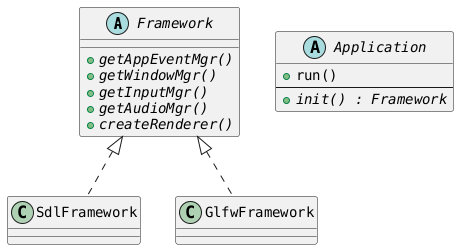
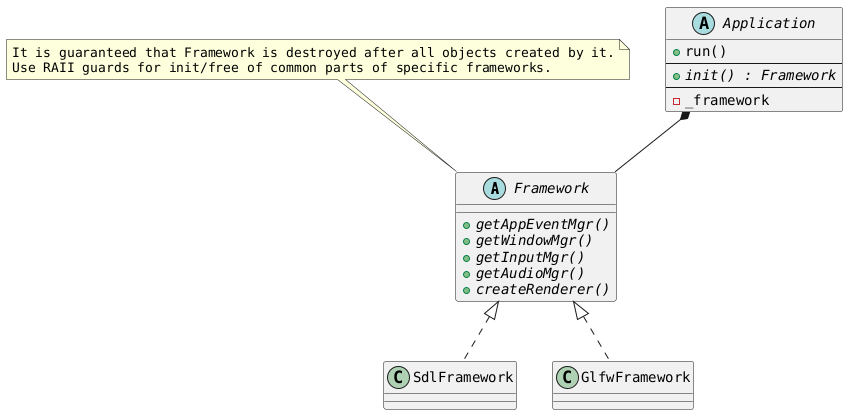
@startuml

skinparam defaultFontName monospaced

- 
+ '=======================================================================================================================
abstract class Framework {
    {abstract} + getAppEventMgr()
    {abstract} + getWindowMgr()
    {abstract} + getInputMgr()
    {abstract} + getAudioMgr()
    {abstract} + createRenderer()
}

+ '-----------------------------------------------------------------------------------------------------------------------
+ note top
+     It is guaranteed that Framework is destroyed after all objects created by it.
+     Use RAII guards for init/free of common parts of specific frameworks.
+ end note
+ 
+ '-----------------------------------------------------------------------------------------------------------------------
class SdlFramework implements Framework
class GlfwFramework implements Framework

- 
+ '=======================================================================================================================
abstract class Application {
    + run()
--
    {abstract} + init() : Framework
+ --
+     - _framework
}

+ '-----------------------------------------------------------------------------------------------------------------------
+ Application *-- Framework
+ 
+ '=======================================================================================================================
@enduml
